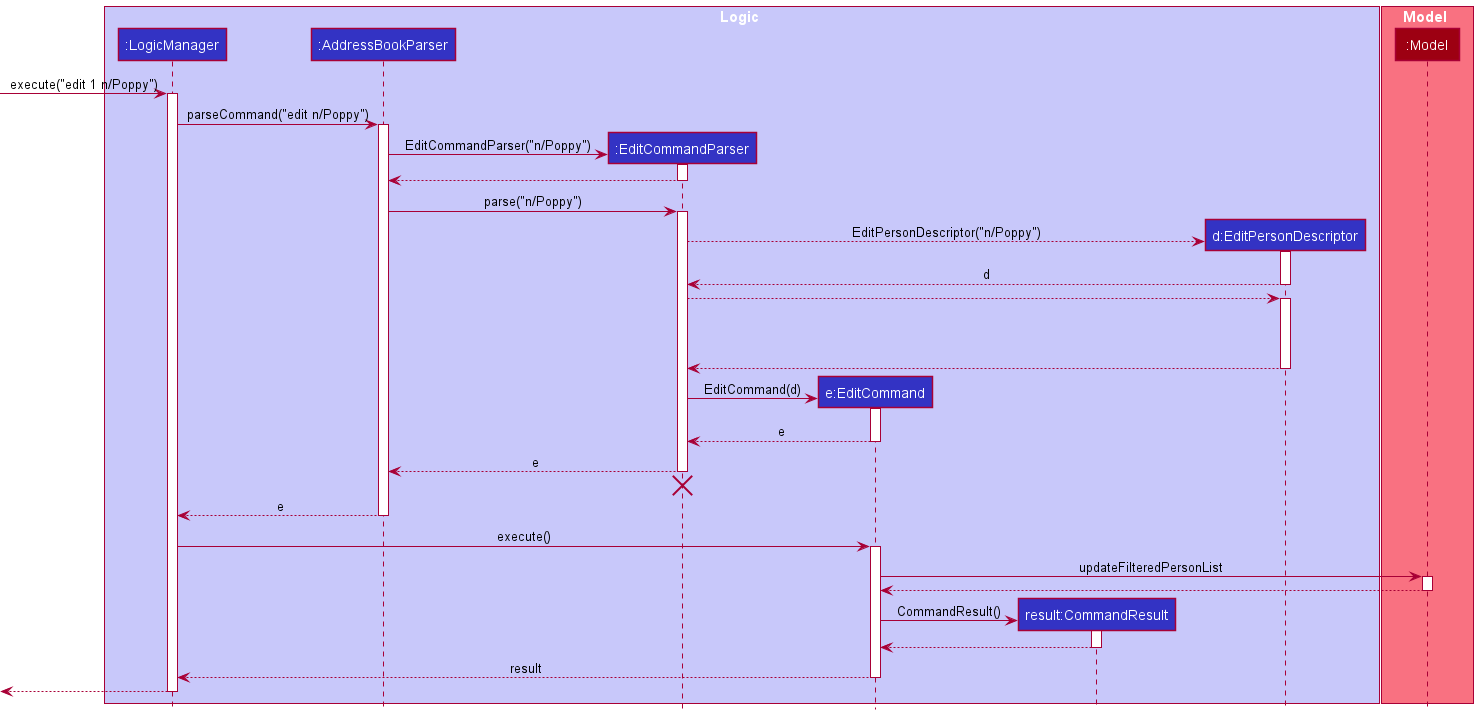
The PlantUML diagram docs/images/EditFeatureSequenceDiagram.png in nus-cs2103-AY2122S2/tp, before a commit.
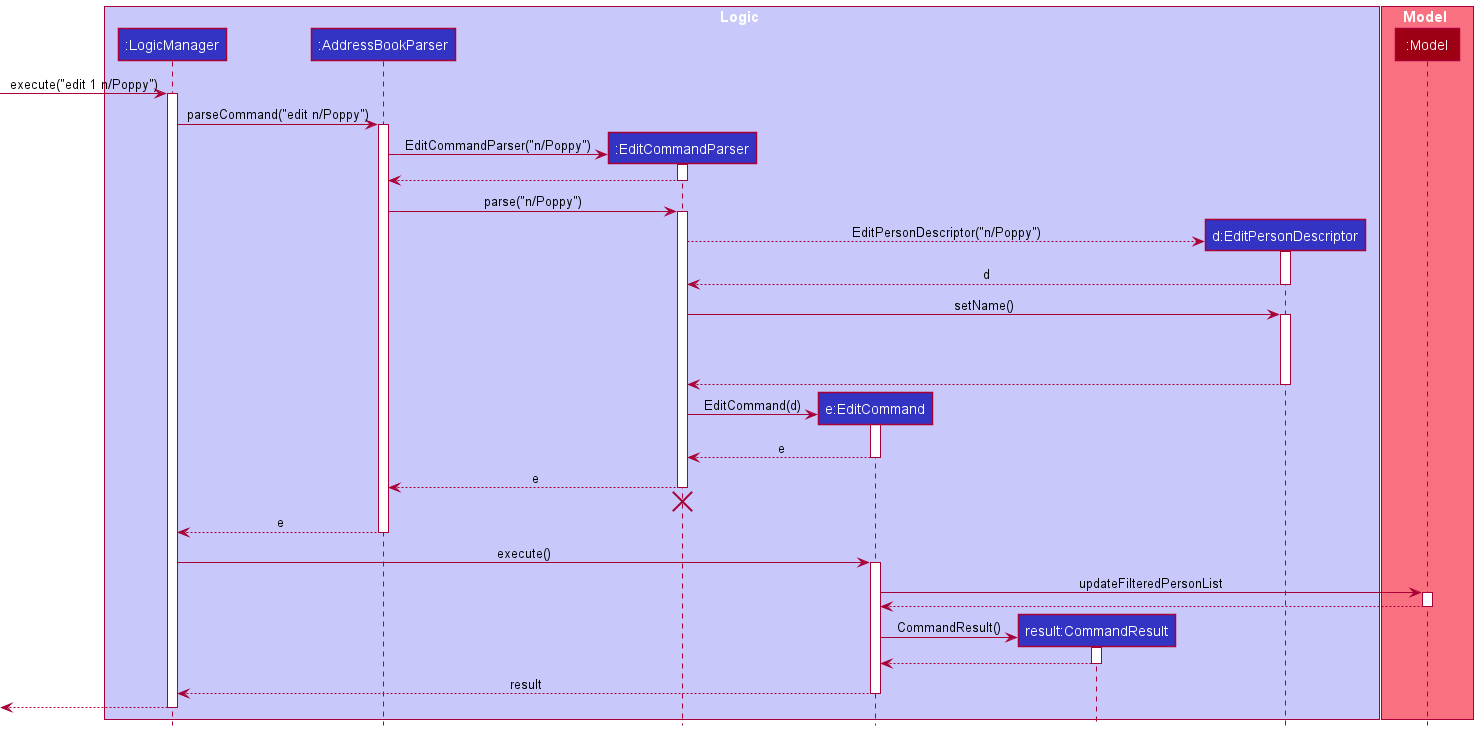
The same diagram one commit later.

Commit message:
Update sequence diagrams for edit feature

Diff of the diagram source:
```diff
@@ -37,7 +37,7 @@
 EditPersonDescriptor --> EditCommandParser : d
 deactivate EditPersonDescriptor
 
-EditCommandParser --> EditPersonDescriptor
+EditCommandParser -> EditPersonDescriptor : setName()
 activate EditPersonDescriptor
 EditPersonDescriptor -[hidden]-> EditCommandParser
 EditPersonDescriptor -[hidden]-> EditCommandParser
```
